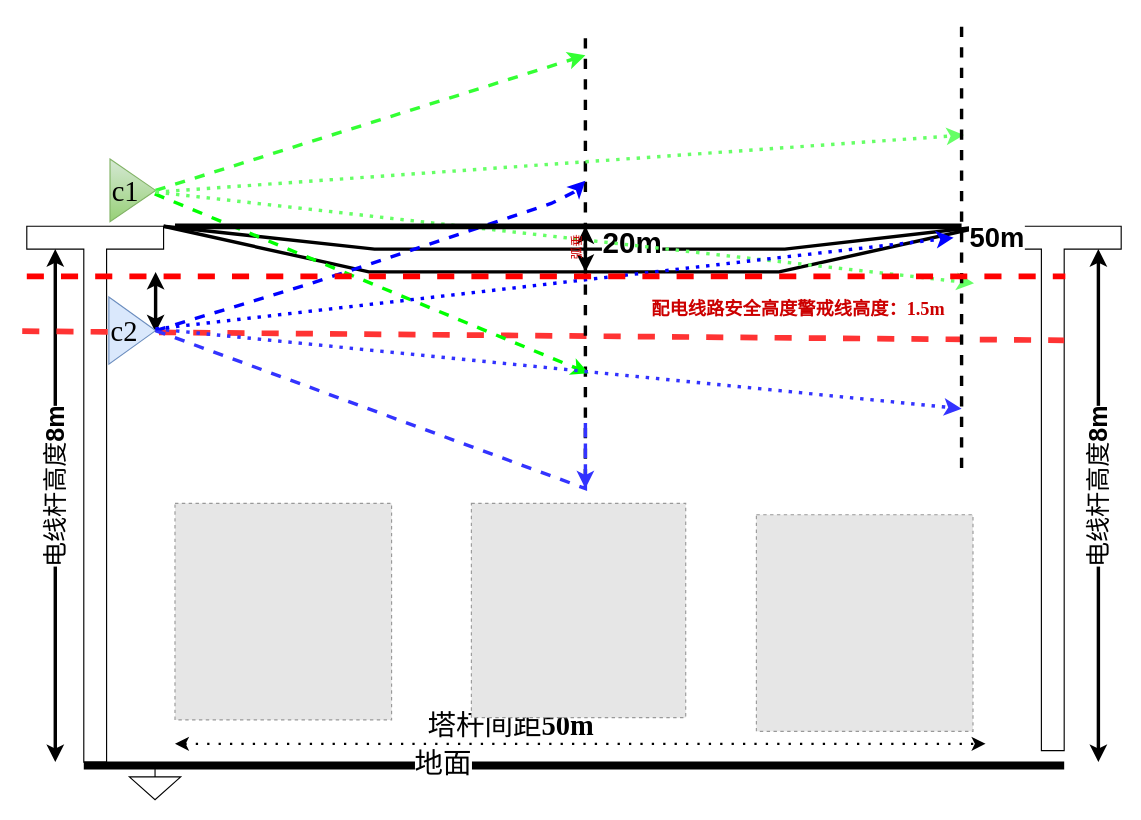
Earlier version of the draw.io diagram heigtht_safe_estimation.drawio (paleblackless/diagrams). Source tidied: cells renumbered, new cells numbered last; positions are measured from the earlier drawing's top-left corner, leaving out a move shared by most shapes. Both pictures are drawn from the tidied source at 114%, with x=0, y=0 at pixel (22, 21). Pictures stored in the file or linked from it are replaced by grey dashed boxes.
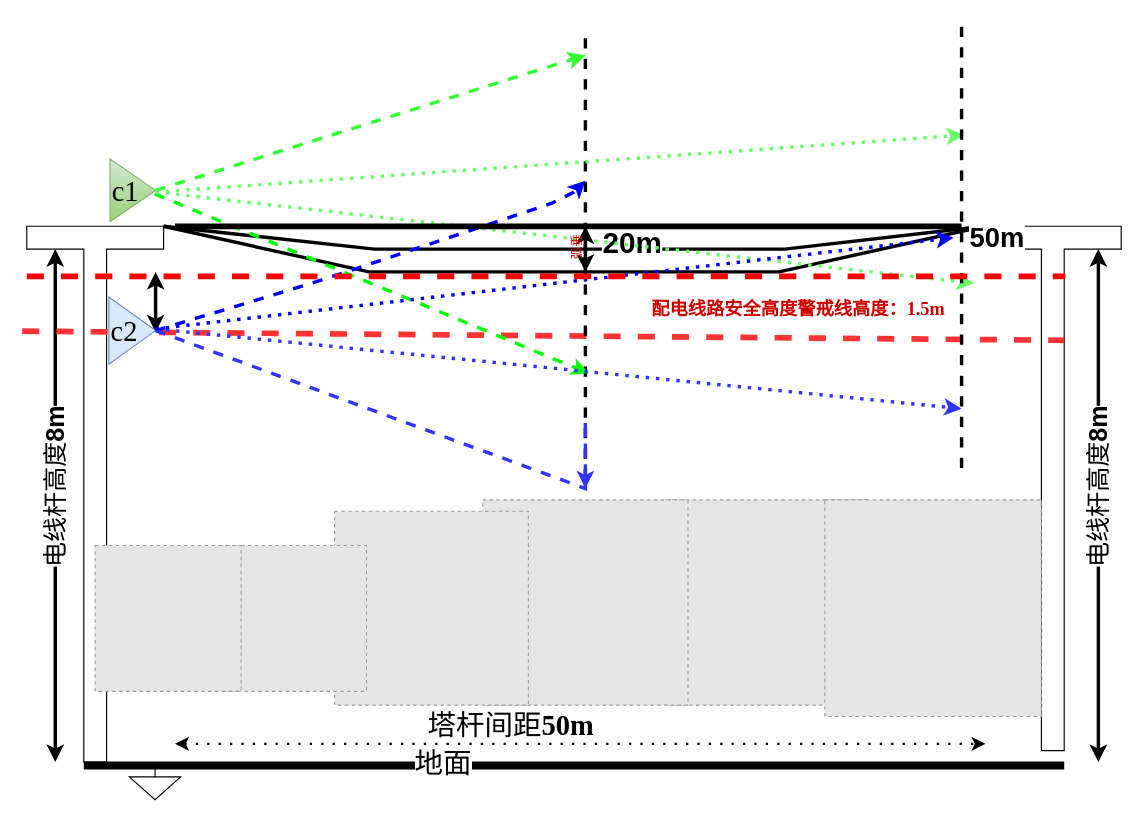
After the change.

Change to the diagram source:
```diff
@@
-    <mxCell id="11" style="fillColor=#E6E6E6;strokeColor=#999999;dashed=1;html=1;verticalAlign=top;verticalLabelPosition=bottom;labelBackgroundColor=#ffffff;fontFamily=Times New Roman;fontSize=25;" parent="1" vertex="1">
-      <mxGeometry x="134" y="423" width="190" height="190" as="geometry" />
-    </mxCell>
-    <mxCell id="12" style="fillColor=#E6E6E6;strokeColor=#999999;dashed=1;html=1;verticalAlign=top;verticalLabelPosition=bottom;labelBackgroundColor=#ffffff;fontFamily=Times New Roman;fontSize=25;" parent="1" vertex="1">
-      <mxGeometry x="394" y="423" width="188" height="188" as="geometry" />
-    </mxCell>
-    <mxCell id="13" style="fillColor=#E6E6E6;strokeColor=#999999;dashed=1;html=1;verticalAlign=top;verticalLabelPosition=bottom;labelBackgroundColor=#ffffff;fontFamily=Times New Roman;fontSize=25;" parent="1" vertex="1">
-      <mxGeometry x="644" y="433" width="190" height="190" as="geometry" />
-    </mxCell>
@@
+    <mxCell id="39" style="fillColor=#E6E6E6;strokeColor=#999999;dashed=1;html=1;verticalAlign=top;verticalLabelPosition=bottom;labelBackgroundColor=#ffffff;fontFamily=Times New Roman;fontSize=16;fontColor=default;" parent="1" vertex="1">
+      <mxGeometry x="564" y="420" width="180" height="180" as="geometry" />
+    </mxCell>
+    <mxCell id="40" style="fillColor=#E6E6E6;strokeColor=#999999;dashed=1;html=1;verticalAlign=top;verticalLabelPosition=bottom;labelBackgroundColor=#ffffff;fontFamily=Times New Roman;fontSize=16;fontColor=default;" parent="1" vertex="1">
+      <mxGeometry x="404" y="420" width="180" height="180" as="geometry" />
+    </mxCell>
+    <mxCell id="41" style="fillColor=#E6E6E6;strokeColor=#999999;dashed=1;html=1;verticalAlign=top;verticalLabelPosition=bottom;labelBackgroundColor=#ffffff;fontFamily=Times New Roman;fontSize=16;fontColor=default;" parent="1" vertex="1">
+      <mxGeometry x="274" y="430" width="170" height="170" as="geometry" />
+    </mxCell>
+    <mxCell id="42" style="fillColor=#E6E6E6;strokeColor=#999999;dashed=1;html=1;verticalAlign=top;verticalLabelPosition=bottom;labelBackgroundColor=#ffffff;fontFamily=Times New Roman;fontSize=16;fontColor=default;" parent="1" vertex="1">
+      <mxGeometry x="174" y="460" width="128" height="128" as="geometry" />
+    </mxCell>
+    <mxCell id="43" style="fillColor=#E6E6E6;strokeColor=#999999;dashed=1;html=1;verticalAlign=top;verticalLabelPosition=bottom;labelBackgroundColor=#ffffff;fontFamily=Times New Roman;fontSize=16;fontColor=default;" parent="1" vertex="1">
+      <mxGeometry x="704" y="420" width="190" height="190" as="geometry" />
+    </mxCell>
+    <mxCell id="44" style="fillColor=#E6E6E6;strokeColor=#999999;dashed=1;html=1;verticalAlign=top;verticalLabelPosition=bottom;labelBackgroundColor=#ffffff;fontFamily=Times New Roman;fontSize=16;fontColor=default;" parent="1" vertex="1">
+      <mxGeometry x="64" y="460" width="128" height="128" as="geometry" />
+    </mxCell>
```
